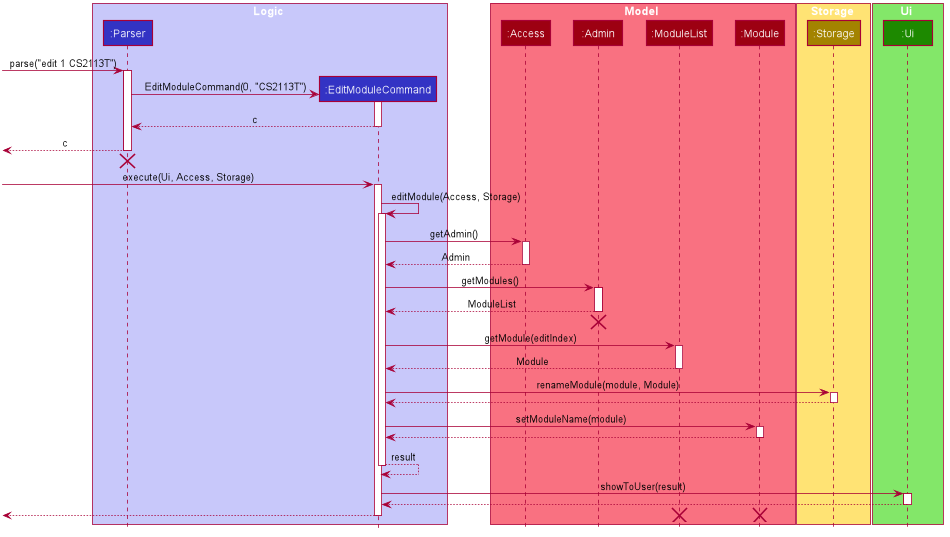
Before: docs/DG_Images/EditModuleSequenceDiagram.png, a diagram exported from PlantUML (nus-cs2113-AY2021S1/tp).
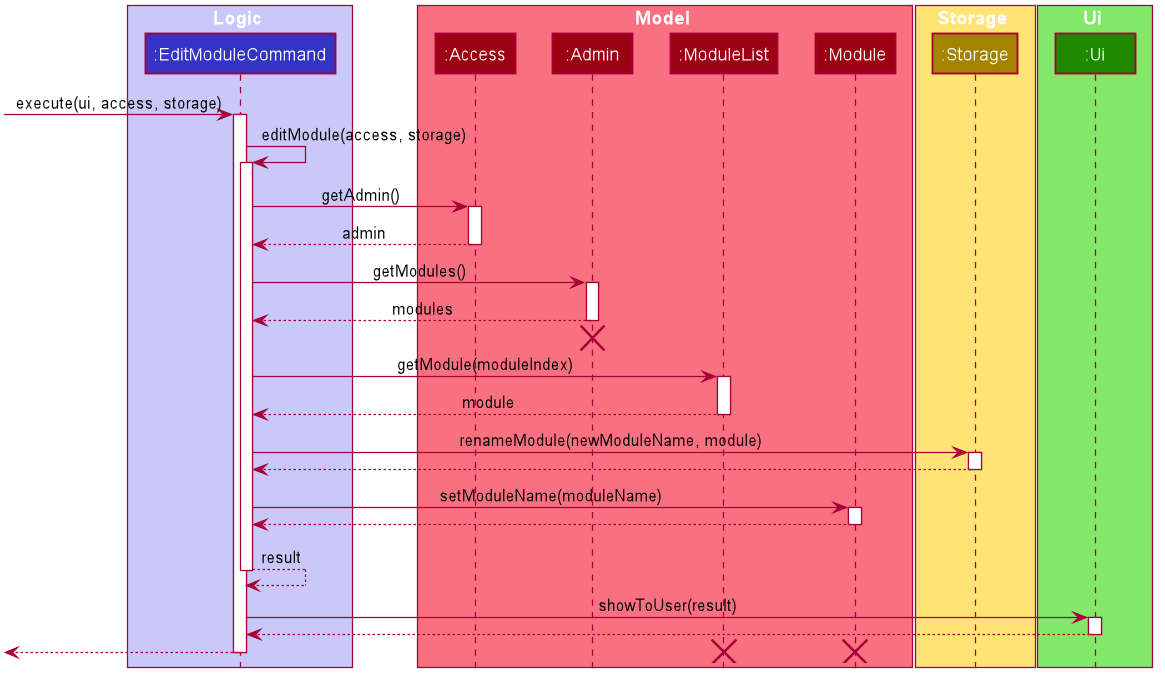
Above is the later version.

Change to the diagram source:
```diff
@@ -43,13 +43,14 @@
 skinparam Shadowing false
 skinparam DefaultTextAlignment center
 skinparam packageStyle Rectangle
+skinparam classAttributeIconSize 0
+skinparam classAttributeFontColor white
 
 hide footbox
 hide members
 hide circle
 
 box Logic #C8C8FA
-participant ":Parser" as Parser #3333C4
 participant ":EditModuleCommand" as EditModuleCommand #3333C4
 end box
 
@@ -68,54 +69,39 @@
 participant ":Ui" as Ui #1D8900
 end box
 
-[-> Parser : parse("edit 1 CS2113T")
-activate Parser
-
-create EditModuleCommand
-Parser -> EditModuleCommand : EditModuleCommand(0, "CS2113T")
+[-> EditModuleCommand : execute(ui, access, storage)
 activate EditModuleCommand
 
-EditModuleCommand --> Parser : c
-deactivate EditModuleCommand
-
-[<-- Parser : c
-deactivate Parser
-[<-[hidden]- Parser
-destroy Parser
-
-[-> EditModuleCommand : execute(Ui, Access, Storage)
-activate EditModuleCommand
-
-EditModuleCommand -> EditModuleCommand : editModule(Access, Storage)
+EditModuleCommand -> EditModuleCommand : editModule(access, storage)
 activate EditModuleCommand
 
 EditModuleCommand -> Access : getAdmin()
 activate Access
 
-Access --> EditModuleCommand : Admin
+Access --> EditModuleCommand : admin
 deactivate Access
 
 EditModuleCommand -> Admin : getModules()
 activate Admin
 
-Admin --> EditModuleCommand : ModuleList
+Admin --> EditModuleCommand : modules
 deactivate Admin
 [<-[hidden]- EditModuleCommand
 destroy Admin
 
-EditModuleCommand -> ModuleList : getModule(editIndex)
+EditModuleCommand -> ModuleList : getModule(moduleIndex)
 activate ModuleList
 
-ModuleList --> EditModuleCommand : Module
+ModuleList --> EditModuleCommand : module
 deactivate ModuleList
 
-EditModuleCommand -> Storage : renameModule(module, Module)
+EditModuleCommand -> Storage : renameModule(newModuleName, module)
 activate Storage
 
 Storage --> EditModuleCommand
 deactivate Storage
 
-EditModuleCommand -> Module : setModuleName(module)
+EditModuleCommand -> Module : setModuleName(moduleName)
 activate Module
 
 Module --> EditModuleCommand
```
